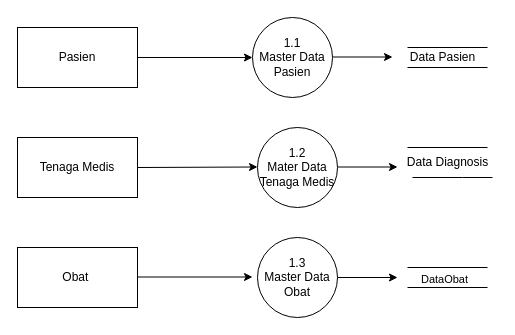
Above: page "Page-4" (4 of 7) of Untitled Diagram.drawio in EkaAyuu/Portofolio-Eka (draw.io), before the change. Source tidied: cells renumbered, new cells numbered last; positions are measured from the earlier drawing's top-left corner, leaving out a move shared by most shapes. Both pictures are drawn from the tidied source at 100%, with x=0, y=0 at pixel (17, 17).
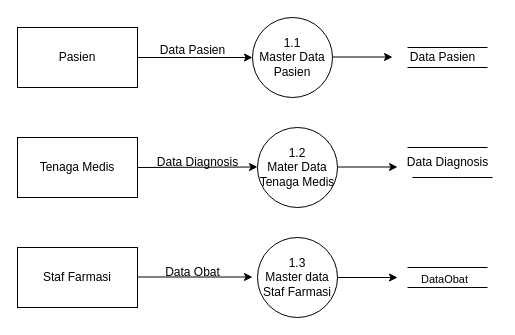
After the change.

Unchanged cells that the change refers to:
```xml
<mxCell id="4" value="Pasien" style="rounded=0;whiteSpace=wrap;html=1;" parent="1" vertex="1">
  <mxGeometry y="10" width="120" height="60" as="geometry" />
</mxCell>
```

Change to the diagram source:
```diff
@@
-    <mxCell id="2" value="Obat&amp;nbsp;" style="rounded=0;whiteSpace=wrap;html=1;" parent="1" vertex="1">
+    <mxCell id="2" value="Staf Farmasi" style="rounded=0;whiteSpace=wrap;html=1;" parent="1" vertex="1">
       <mxGeometry y="230" width="120" height="60" as="geometry" />
     </mxCell>
@@
-    <mxCell id="6" value="1.3&lt;div&gt;Master Data&lt;/div&gt;&lt;div&gt;Obat&lt;/div&gt;" style="ellipse;whiteSpace=wrap;html=1;" parent="1" vertex="1">
+    <mxCell id="6" value="1.3&lt;div&gt;Master data&lt;/div&gt;&lt;div&gt;Staf Farmasi&lt;/div&gt;" style="ellipse;whiteSpace=wrap;html=1;" parent="1" vertex="1">
       <mxGeometry x="240" y="220" width="80" height="80" as="geometry" />
     </mxCell>
@@
     <mxCell id="17" style="endArrow=classic;html=1;rounded=0;exitX=1;exitY=0.5;exitDx=0;exitDy=0;" parent="1" edge="1" source="4">
       <mxGeometry relative="1" as="geometry">
         <mxPoint x="235" y="40" as="targetPoint" />
+        <Array as="points">
+          <mxPoint x="180" y="40" />
+        </Array>
       </mxGeometry>
     </mxCell>
@@
+    <mxCell id="23" value="Data Pasien" style="text;html=1;align=center;verticalAlign=middle;strokeColor=none;fillColor=none;" parent="1" vertex="1">
+      <mxGeometry x="130" y="18" width="90" height="30" as="geometry" />
+    </mxCell>
+    <mxCell id="24" value="Data Diagnosis" style="text;html=1;align=center;verticalAlign=middle;strokeColor=none;fillColor=none;" parent="1" vertex="1">
+      <mxGeometry x="130" y="130" width="100" height="30" as="geometry" />
+    </mxCell>
+    <mxCell id="25" value="Data Obat" style="text;html=1;align=center;verticalAlign=middle;strokeColor=none;fillColor=none;" parent="1" vertex="1">
+      <mxGeometry x="135" y="240" width="80" height="30" as="geometry" />
+    </mxCell>
```
